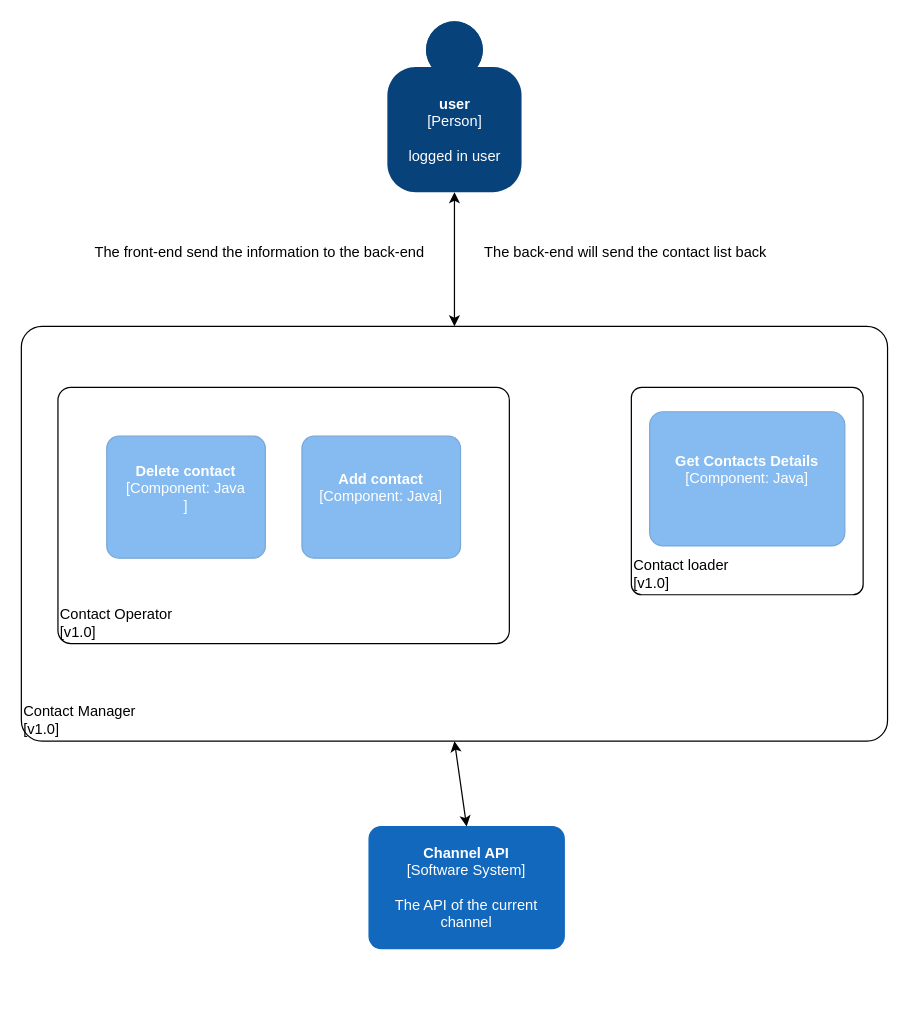
Above: page "Component-Diagram" (3 of 3) of C4/C4-Selecting-Contacts-Module.drawio in HristeaIonut/Morse-Diagrams (draw.io), before the change. Source tidied: cells renumbered, new cells numbered last; positions are measured from the earlier drawing's top-left corner, leaving out a move shared by most shapes. Both pictures are drawn from the tidied source at 122%, with x=0, y=0 at pixel (21, 21).
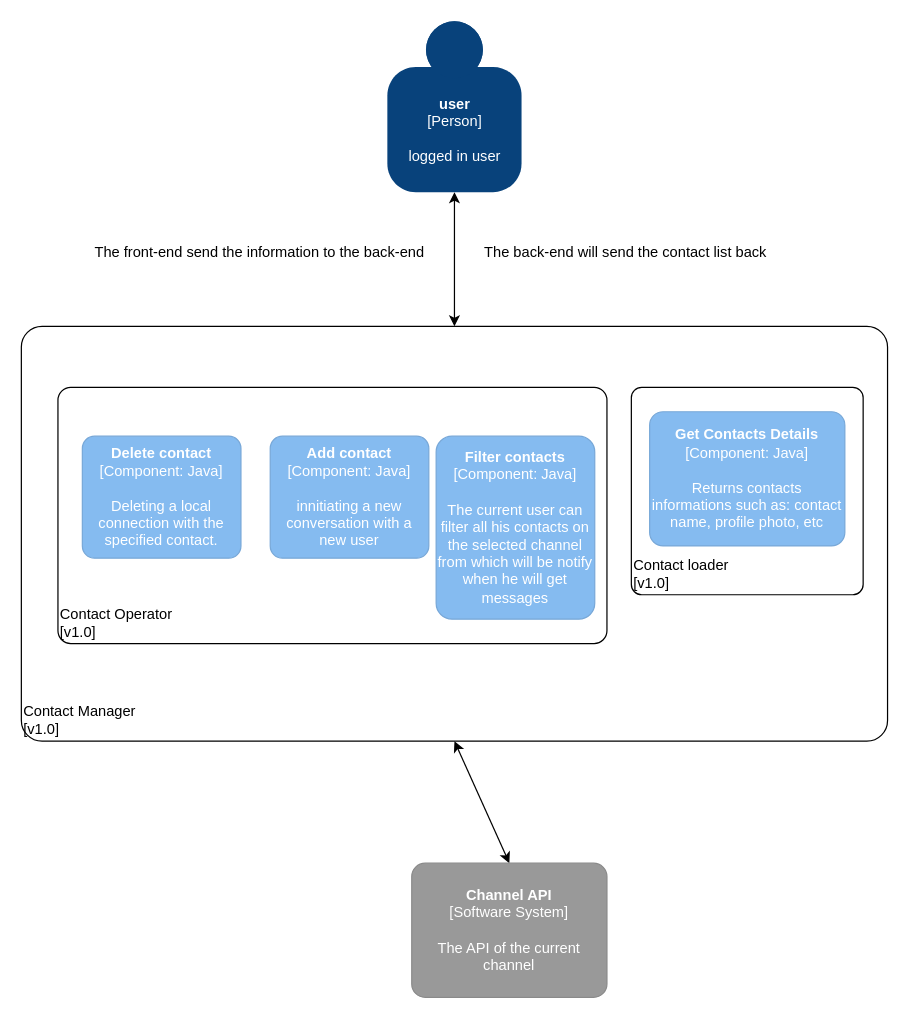
The same diagram, later.

The edit, as a diff of the source:
```diff
@@
-    <object id="7" label="&lt;b&gt;%c4Name%&lt;/b&gt;&lt;div&gt;[%c4Type%]&lt;/div&gt;&lt;br&gt;&lt;div&gt;%c4Description%&lt;/div&gt;" c4Description="The API of the current channel" c4Name="Channel API" c4Type="Software System" placeholders="1">
-      <mxCell style="rounded=1;whiteSpace=wrap;html=1;labelBackgroundColor=none;fillColor=#1168BD;fontColor=#ffffff;align=center;arcSize=10;strokeColor=#1168BD;metaData={&quot;c4Type&quot;:{&quot;editable&quot;:false}};points=[[0.25,0,0],[0.5,0,0],[0.75,0,0],[1,0.25,0],[1,0.5,0],[1,0.75,0],[0.75,1,0],[0.5,1,0],[0.25,1,0],[0,0.75,0],[0,0.5,0],[0,0.25,0]];" parent="1" vertex="1">
-        <mxGeometry x="285" y="660" width="160" height="100" as="geometry" />
-      </mxCell>
-    </object>
@@
     <object id="9" label="&lt;div style=&quot;text-align: left&quot;&gt;%c4Name%&lt;/div&gt;&lt;div style=&quot;text-align: left&quot;&gt;[%c4Application%]&lt;/div&gt;" c4Application="v1.0" c4Name="Contact Operator" placeholders="1">
       <mxCell style="rounded=1;whiteSpace=wrap;html=1;labelBackgroundColor=none;fillColor=#ffffff;fontColor=#000000;align=left;arcSize=5;strokeColor=#000000;verticalAlign=bottom;metaData={&quot;c4Type&quot;:{&quot;editable&quot;:false}};" parent="1" vertex="1">
-        <mxGeometry x="30" y="300" width="370" height="210" as="geometry" />
+        <mxGeometry x="30" y="300" width="450" height="210" as="geometry" />
       </mxCell>
     </object>
-    <object id="10" label="&lt;b&gt;%c4Name%&lt;/b&gt;&lt;div&gt;[%c4Type%: %c4Technology%]&lt;/div&gt;&lt;br&gt;&lt;div&gt;%c4Description%&lt;/div&gt;" c4Description="" c4Name="Delete contact" c4Technology="Java&#10;" c4Type="Component" placeholders="1">
+    <object id="10" label="&lt;b&gt;%c4Name%&lt;/b&gt;&lt;div&gt;[%c4Type%: %c4Technology%]&lt;/div&gt;&lt;br&gt;&lt;div&gt;%c4Description%&lt;/div&gt;" c4Description="Deleting a local connection with the specified contact." c4Name="Delete contact" c4Technology="Java" c4Type="Component" placeholders="1">
       <mxCell style="rounded=1;whiteSpace=wrap;html=1;labelBackgroundColor=none;fillColor=#85BBF0;fontColor=#ffffff;align=center;arcSize=10;strokeColor=#78A8D8;metaData={&quot;c4Type&quot;:{&quot;editable&quot;:false}};" parent="1" vertex="1">
-        <mxGeometry x="70" y="340" width="130" height="100" as="geometry" />
+        <mxGeometry x="50" y="340" width="130" height="100" as="geometry" />
       </mxCell>
     </object>
@@
-    <object id="12" label="&lt;b&gt;%c4Name%&lt;/b&gt;&lt;div&gt;[%c4Type%: %c4Technology%]&lt;/div&gt;&lt;br&gt;&lt;div&gt;%c4Description%&lt;/div&gt;" c4Description="" c4Name="Add contact" c4Technology="Java" c4Type="Component" placeholders="1">
+    <object id="12" label="&lt;b&gt;%c4Name%&lt;/b&gt;&lt;div&gt;[%c4Type%: %c4Technology%]&lt;/div&gt;&lt;br&gt;&lt;div&gt;%c4Description%&lt;/div&gt;" c4Description="innitiating a new conversation with a new user" c4Name="Add contact" c4Technology="Java" c4Type="Component" placeholders="1">
       <mxCell style="rounded=1;whiteSpace=wrap;html=1;labelBackgroundColor=none;fillColor=#85BBF0;fontColor=#ffffff;align=center;arcSize=10;strokeColor=#78A8D8;metaData={&quot;c4Type&quot;:{&quot;editable&quot;:false}};" parent="1" vertex="1">
-        <mxGeometry x="230" y="340" width="130" height="100" as="geometry" />
+        <mxGeometry x="204" y="340" width="130" height="100" as="geometry" />
       </mxCell>
     </object>
-    <object id="13" label="&lt;b&gt;%c4Name%&lt;/b&gt;&lt;div&gt;[%c4Type%: %c4Technology%]&lt;/div&gt;&lt;br&gt;&lt;div&gt;%c4Description%&lt;/div&gt;" c4Description="" c4Name="Get Contacts Details" c4Technology="Java" c4Type="Component" placeholders="1">
+    <object id="13" label="&lt;b&gt;%c4Name%&lt;/b&gt;&lt;div&gt;[%c4Type%: %c4Technology%]&lt;/div&gt;&lt;br&gt;&lt;div&gt;%c4Description%&lt;/div&gt;" c4Description="Returns contacts informations such as: contact name, profile photo, etc" c4Name="Get Contacts Details" c4Technology="Java" c4Type="Component" placeholders="1">
       <mxCell style="rounded=1;whiteSpace=wrap;html=1;labelBackgroundColor=none;fillColor=#85BBF0;fontColor=#ffffff;align=center;arcSize=10;strokeColor=#78A8D8;metaData={&quot;c4Type&quot;:{&quot;editable&quot;:false}};" parent="1" vertex="1">
         <mxGeometry x="515" y="320" width="160" height="110" as="geometry" />
       </mxCell>
     </object>
+    <object id="14" label="&lt;b&gt;%c4Name%&lt;/b&gt;&lt;div&gt;[%c4Type%: %c4Technology%]&lt;/div&gt;&lt;br&gt;&lt;div&gt;%c4Description%&lt;/div&gt;" c4Description="The current user can filter all his contacts on the selected channel from which will be notify when he will get messages" c4Name="Filter contacts" c4Technology="Java" c4Type="Component" placeholders="1">
+      <mxCell style="rounded=1;whiteSpace=wrap;html=1;labelBackgroundColor=none;fillColor=#85BBF0;fontColor=#ffffff;align=center;arcSize=10;strokeColor=#78A8D8;metaData={&quot;c4Type&quot;:{&quot;editable&quot;:false}};" parent="1" vertex="1">
+        <mxGeometry x="340" y="340" width="130" height="150" as="geometry" />
+      </mxCell>
+    </object>
+    <object id="7" label="&lt;b&gt;%c4Name%&lt;/b&gt;&lt;div&gt;[%c4Type%]&lt;/div&gt;&lt;br&gt;&lt;div&gt;%c4Description%&lt;/div&gt;" c4Description="The API of the current channel" c4Name="Channel API" c4Type="Software System" placeholders="1">
+      <mxCell style="rounded=1;whiteSpace=wrap;html=1;labelBackgroundColor=none;fillColor=#999999;fontColor=#ffffff;align=center;arcSize=10;strokeColor=#8A8A8A;metaData={&quot;c4Type&quot;:{&quot;editable&quot;:false}};points=[[0.25,0,0],[0.5,0,0],[0.75,0,0],[1,0.25,0],[1,0.5,0],[1,0.75,0],[0.75,1,0],[0.5,1,0],[0.25,1,0],[0,0.75,0],[0,0.5,0],[0,0.25,0]];" parent="1" vertex="1">
+        <mxGeometry x="320" y="690" width="160" height="110" as="geometry" />
+      </mxCell>
+    </object>
```
